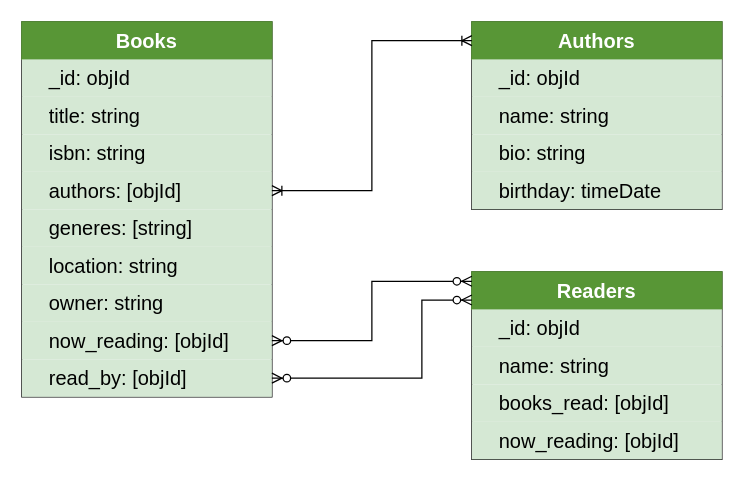
This is collection-samples/DB_schema.drawio from aquariophilie/blobfishes, a draw.io file, before an edit. Source tidied: cells renumbered, new cells numbered last; positions are measured from the earlier drawing's top-left corner, leaving out a move shared by most shapes. Both pictures are drawn from the tidied source at 125%, with x=0, y=0 at pixel (21, 21).
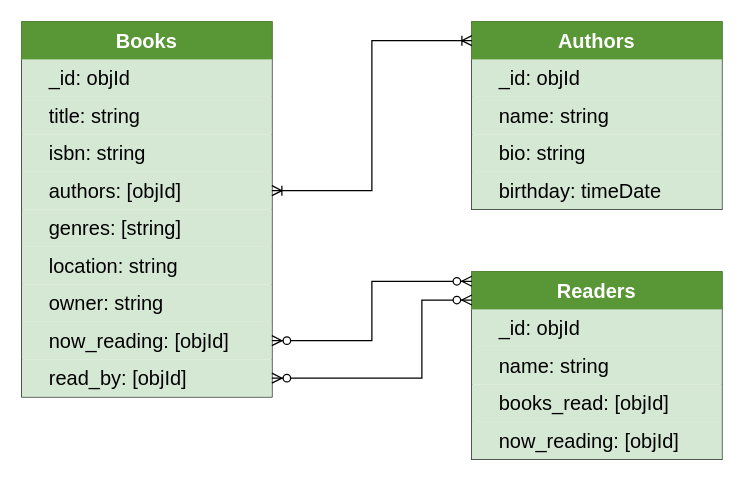
Above is the later version.

The change refers to these unchanged cells:
```xml
<mxCell id="2" style="rounded=0;whiteSpace=wrap;html=1;horizontal=1;perimeter=none;" parent="1" vertex="1">
  <mxGeometry width="200" height="300" as="geometry" />
</mxCell>
```

The edit, as a diff of the source:
```diff
@@
-    <mxCell id="8" value="generes: [string]" style="rounded=0;whiteSpace=wrap;html=1;fontSize=16;fillColor=#d5e8d4;strokeColor=none;spacingLeft=20;align=left;" parent="2" vertex="1">
+    <mxCell id="8" value="genres: [string]" style="rounded=0;whiteSpace=wrap;html=1;fontSize=16;fillColor=#d5e8d4;strokeColor=none;spacingLeft=20;align=left;" parent="2" vertex="1">
       <mxGeometry y="150" width="200" height="30" as="geometry" />
     </mxCell>
```
